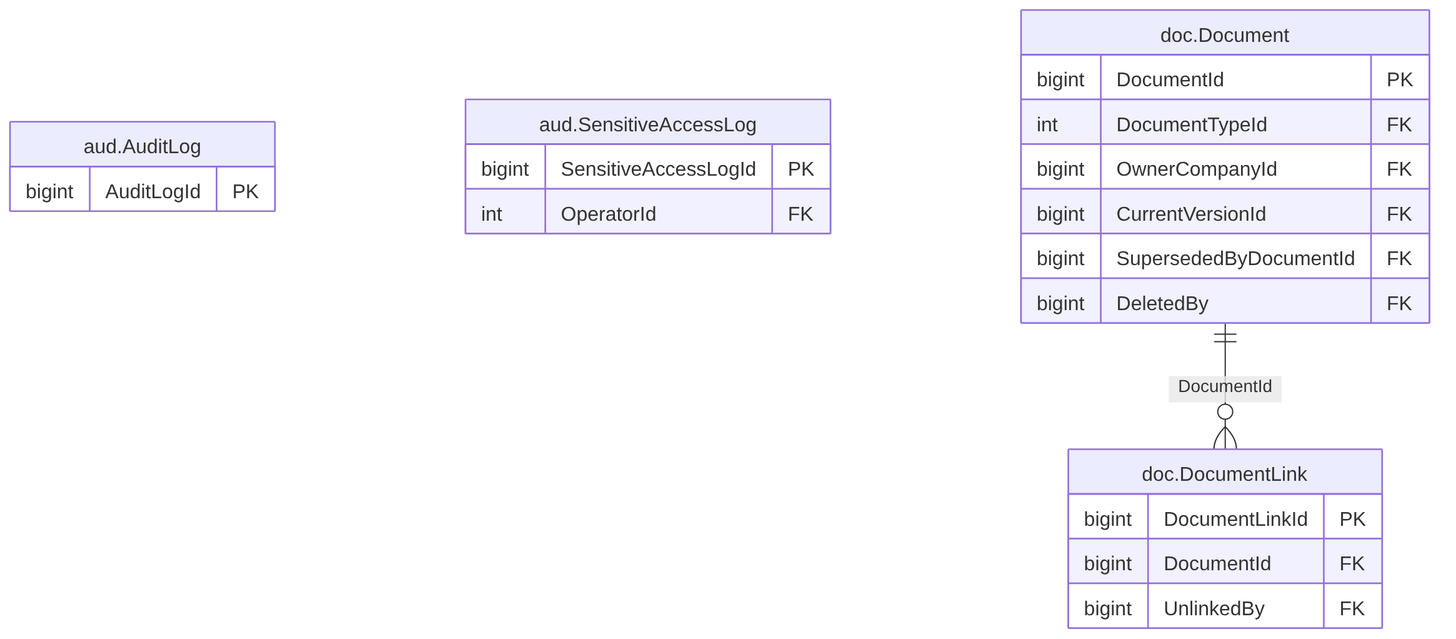
thawrasy/smartlines keeps this Mermaid diagram as treasury-platform/docs/diagrams/erd/m0_audit_docs_1.png. Above is the earlier version. Its source is kept beside it as treasury-platform/docs/diagrams/erd/m0_audit_docs_1.mmd. Its diagram source:
```mermaid
erDiagram
  aud_AuditLog["aud.AuditLog"] {
    bigint AuditLogId PK
  }
  aud_SensitiveAccessLog["aud.SensitiveAccessLog"] {
    bigint SensitiveAccessLogId PK
    int OperatorId FK
  }
  doc_Document["doc.Document"] {
    bigint DocumentId PK
    int DocumentTypeId FK
    bigint OwnerCompanyId FK
    bigint CurrentVersionId FK
    bigint SupersededByDocumentId FK
    bigint DeletedBy FK
  }
  doc_DocumentLink["doc.DocumentLink"] {
    bigint DocumentLinkId PK
    bigint DocumentId FK
    bigint UnlinkedBy FK
  }
  doc_Document ||--o{ doc_DocumentLink : "DocumentId"
```
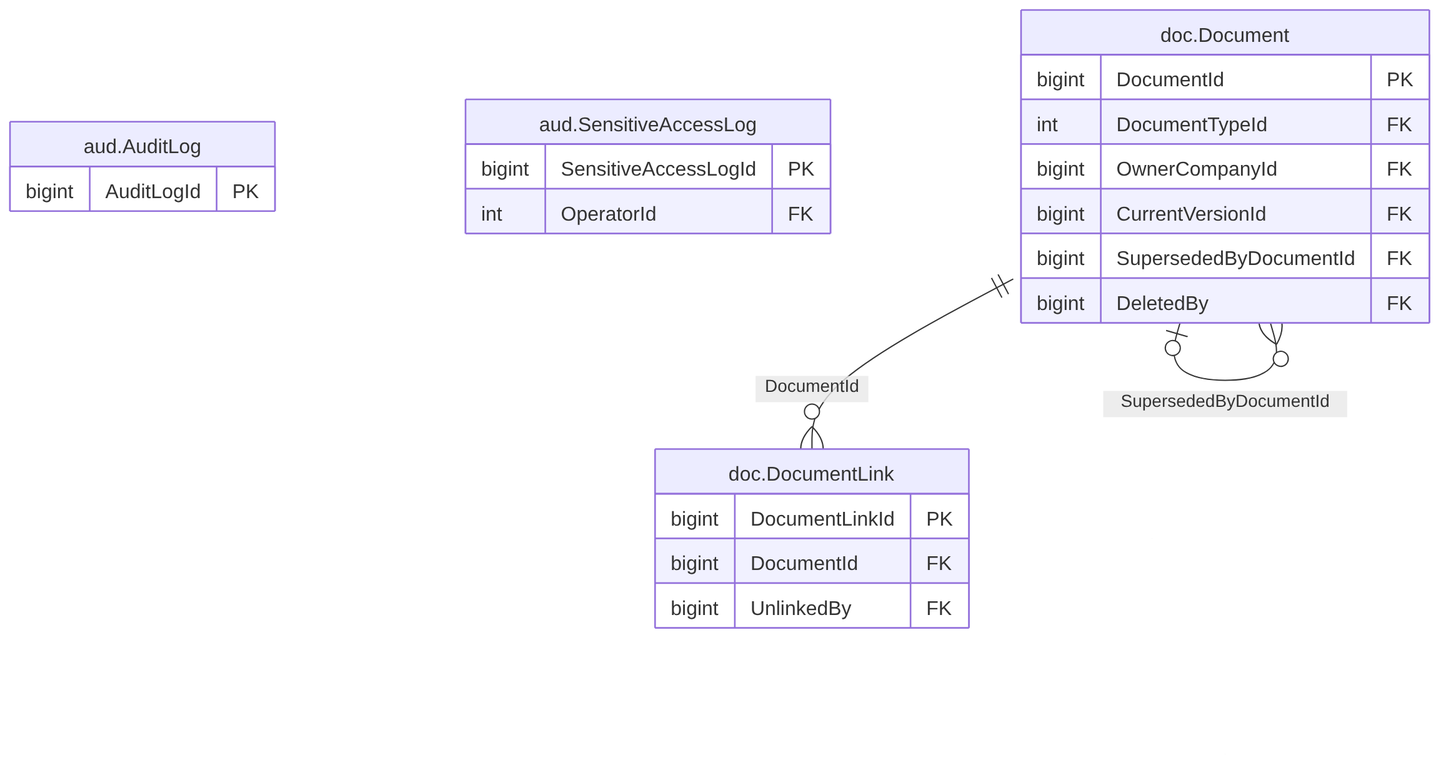
Above is the later version.

The edit, as a diff of the source:
```diff
@@ -19,4 +19,5 @@
     bigint DocumentId FK
     bigint UnlinkedBy FK
   }
+  doc_Document |o--o{ doc_Document : "SupersededByDocumentId"
   doc_Document ||--o{ doc_DocumentLink : "DocumentId"
```
